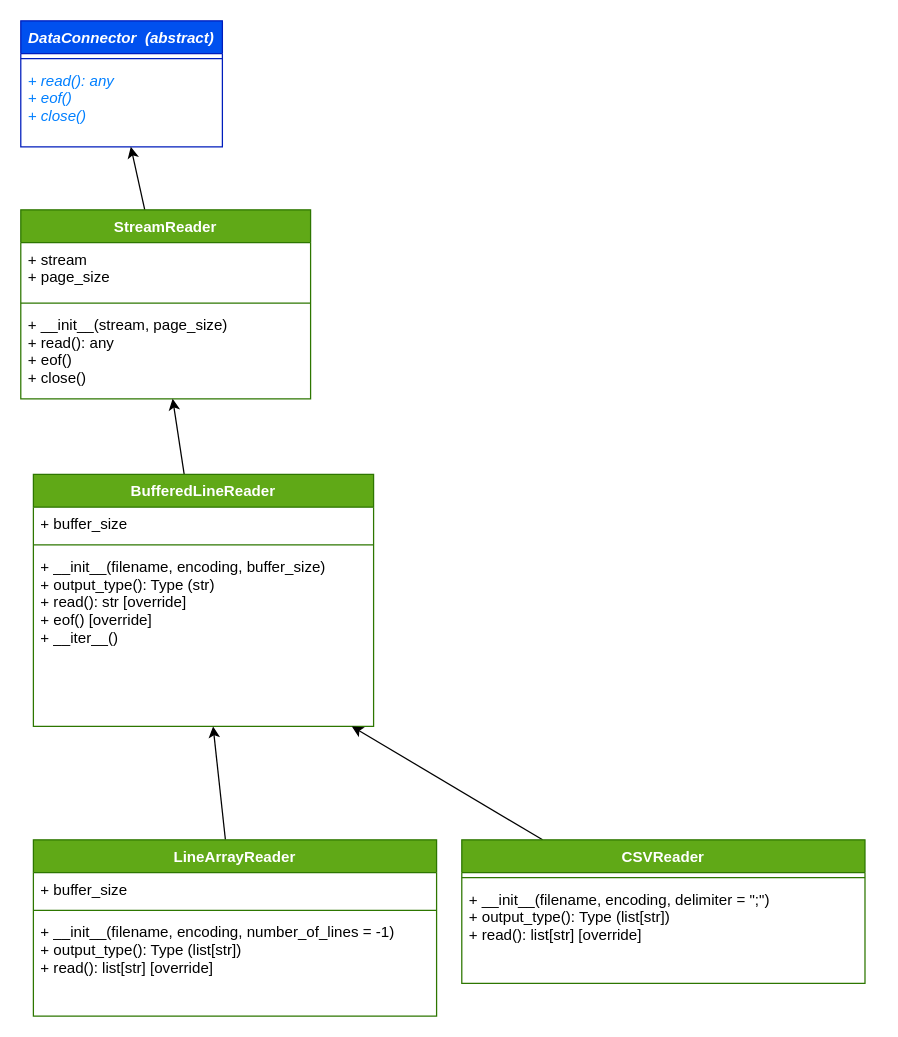
Earlier version of the draw.io diagram page "Readers" (2 of 5) of tinydataflow.drawio (ismaelnjr/tinydataflow-project). Source tidied: cells renumbered, new cells numbered last; positions are measured from the earlier drawing's top-left corner, leaving out a move shared by most shapes. Both pictures are drawn from the tidied source at 126%, with x=0, y=0 at pixel (20, 20).
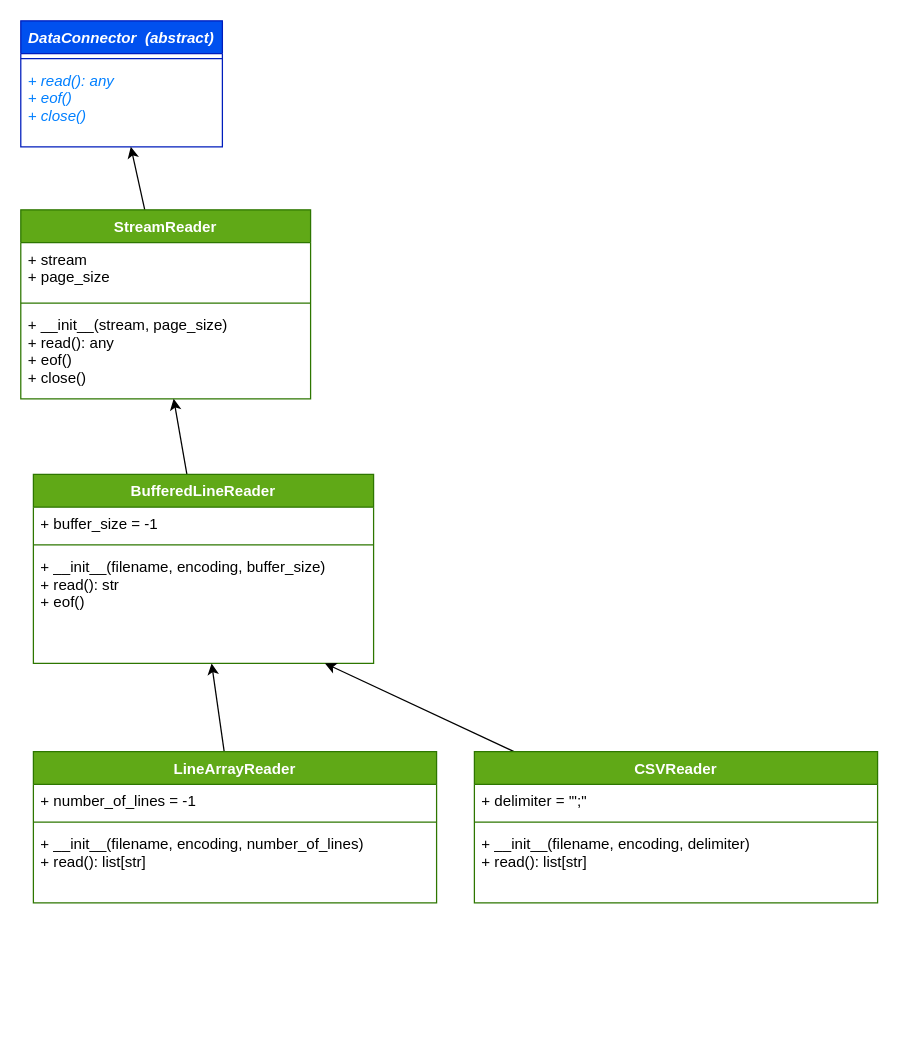
Above is the later version.

Diff of the diagram source:
```diff
@@
     <mxCell id="11" value="BufferedLineReader" style="swimlane;fontStyle=1;align=center;verticalAlign=top;horizontal=1;startSize=26;fillColor=#60a917;fontColor=#ffffff;strokeColor=#2D7600;" parent="1" vertex="1">
-      <mxGeometry x="10" y="360" width="270" height="200" as="geometry" />
+      <mxGeometry x="10" y="360" width="270" height="150" as="geometry" />
     </mxCell>
-    <mxCell id="12" value="+ buffer_size" style="text;strokeColor=none;fillColor=none;align=left;verticalAlign=top;spacingLeft=4;spacingRight=4;overflow=hidden;" parent="11" vertex="1">
+    <mxCell id="12" value="+ buffer_size = -1" style="text;strokeColor=none;fillColor=none;align=left;verticalAlign=top;spacingLeft=4;spacingRight=4;overflow=hidden;" parent="11" vertex="1">
       <mxGeometry y="26" width="270" height="26" as="geometry" />
     </mxCell>
@@
-    <mxCell id="14" value="+ __init__(filename, encoding, buffer_size)&#10;+ output_type(): Type (str)&#10;+ read(): str [override]&#10;+ eof() [override]&#10;+ __iter__()" style="text;strokeColor=none;fillColor=none;align=left;verticalAlign=top;spacingLeft=4;spacingRight=4;overflow=hidden;points=[[0,0.5],[1,0.5]];portConstraint=eastwest;" parent="11" vertex="1">
-      <mxGeometry y="60" width="270" height="140" as="geometry" />
+    <mxCell id="14" value="+ __init__(filename, encoding, buffer_size)&#10;+ read(): str &#10;+ eof() &#10;" style="text;strokeColor=none;fillColor=none;align=left;verticalAlign=top;spacingLeft=4;spacingRight=4;overflow=hidden;points=[[0,0.5],[1,0.5]];portConstraint=eastwest;" parent="11" vertex="1">
+      <mxGeometry y="60" width="270" height="90" as="geometry" />
     </mxCell>
@@
     <mxCell id="16" value="LineArrayReader" style="swimlane;fontStyle=1;align=center;verticalAlign=top;horizontal=1;startSize=26;fillColor=#60a917;fontColor=#ffffff;strokeColor=#2D7600;" parent="1" vertex="1">
-      <mxGeometry x="10" y="650" width="320" height="140" as="geometry" />
+      <mxGeometry x="10" y="580" width="320" height="120" as="geometry" />
     </mxCell>
-    <mxCell id="17" value="+ buffer_size" style="text;strokeColor=none;fillColor=none;align=left;verticalAlign=top;spacingLeft=4;spacingRight=4;overflow=hidden;" parent="16" vertex="1">
+    <mxCell id="17" value="+ number_of_lines = -1" style="text;strokeColor=none;fillColor=none;align=left;verticalAlign=top;spacingLeft=4;spacingRight=4;overflow=hidden;" parent="16" vertex="1">
       <mxGeometry y="26" width="320" height="26" as="geometry" />
     </mxCell>
@@
-    <mxCell id="19" value="+ __init__(filename, encoding, number_of_lines = -1)&#10;+ output_type(): Type (list[str])&#10;+ read(): list[str] [override]&#10;" style="text;strokeColor=none;fillColor=none;align=left;verticalAlign=top;spacingLeft=4;spacingRight=4;overflow=hidden;" parent="16" vertex="1">
-      <mxGeometry y="60" width="320" height="80" as="geometry" />
+    <mxCell id="19" value="+ __init__(filename, encoding, number_of_lines)&#10;+ read(): list[str] &#10;" style="text;strokeColor=none;fillColor=none;align=left;verticalAlign=top;spacingLeft=4;spacingRight=4;overflow=hidden;" parent="16" vertex="1">
+      <mxGeometry y="60" width="320" height="60" as="geometry" />
     </mxCell>
-    <mxCell id="20" style="edgeStyle=none;html=1;fontColor=#007FFF;" parent="1" edge="1" source="21" target="14">
+    <mxCell id="20" style="edgeStyle=none;html=1;" parent="1" edge="1" source="21" target="14">
       <mxGeometry relative="1" as="geometry" />
     </mxCell>
     <mxCell id="21" value="CSVReader" style="swimlane;fontStyle=1;align=center;verticalAlign=top;horizontal=1;startSize=26;fillColor=#60a917;fontColor=#ffffff;strokeColor=#2D7600;" parent="1" vertex="1">
-      <mxGeometry x="350" y="650" width="320" height="114" as="geometry" />
+      <mxGeometry x="360" y="580" width="320" height="120" as="geometry" />
     </mxCell>
-    <mxCell id="22" style="line;strokeWidth=1;fillColor=none;align=left;verticalAlign=middle;spacingTop=-1;spacingLeft=3;spacingRight=3;labelPosition=right;strokeColor=inherit;" parent="21" vertex="1">
-      <mxGeometry y="26" width="320" height="8" as="geometry" />
-    </mxCell>
-    <mxCell id="23" value="+ __init__(filename, encoding, delimiter = &quot;;&quot;)&#10;+ output_type(): Type (list[str])&#10;+ read(): list[str] [override]&#10;" style="text;strokeColor=none;fillColor=none;align=left;verticalAlign=top;spacingLeft=4;spacingRight=4;overflow=hidden;" parent="21" vertex="1">
-      <mxGeometry y="34" width="320" height="80" as="geometry" />
-    </mxCell>
+    <mxCell id="24" value="+ delimiter = '&quot;;&quot;" style="text;strokeColor=none;fillColor=none;align=left;verticalAlign=top;spacingLeft=4;spacingRight=4;overflow=hidden;" parent="21" vertex="1">
+      <mxGeometry y="26" width="320" height="26" as="geometry" />
+    </mxCell>
+    <mxCell id="25" style="line;strokeWidth=1;fillColor=none;align=left;verticalAlign=middle;spacingTop=-1;spacingLeft=3;spacingRight=3;labelPosition=right;strokeColor=inherit;" parent="21" vertex="1">
+      <mxGeometry y="52" width="320" height="8" as="geometry" />
+    </mxCell>
+    <mxCell id="26" value="+ __init__(filename, encoding, delimiter)&#10;+ read(): list[str]&#10;" style="text;strokeColor=none;fillColor=none;align=left;verticalAlign=top;spacingLeft=4;spacingRight=4;overflow=hidden;" parent="21" vertex="1">
+      <mxGeometry y="60" width="320" height="60" as="geometry" />
+    </mxCell>
```
